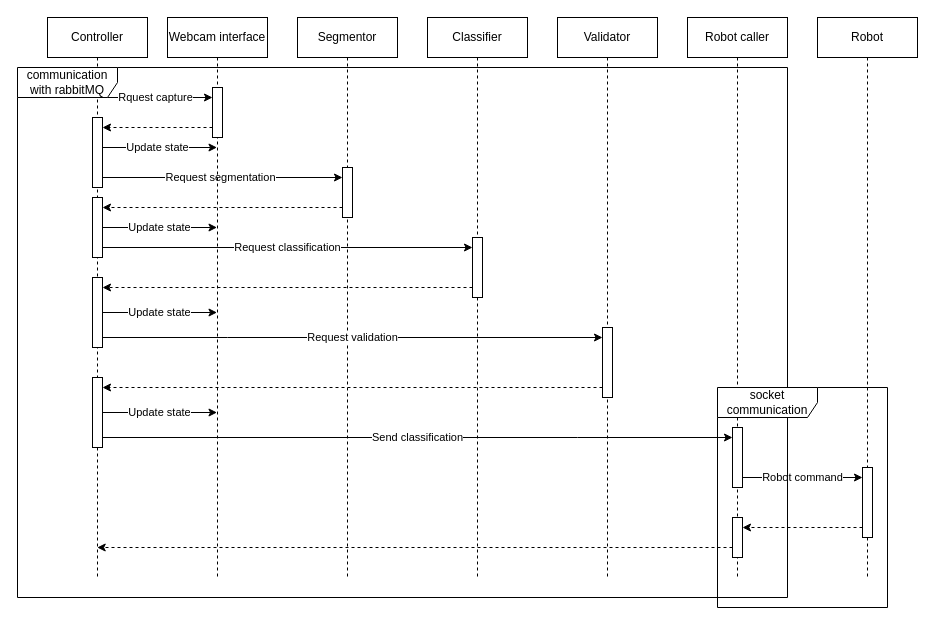
GreatSharky/CoHSCI keeps this draw.io diagram as work_flow_sequence.drawio. Above is the earlier version. Source tidied: cells renumbered, new cells numbered last; positions are measured from the earlier drawing's top-left corner, leaving out a move shared by most shapes. Both pictures are drawn from the tidied source at 100%, with x=0, y=0 at pixel (17, 17).
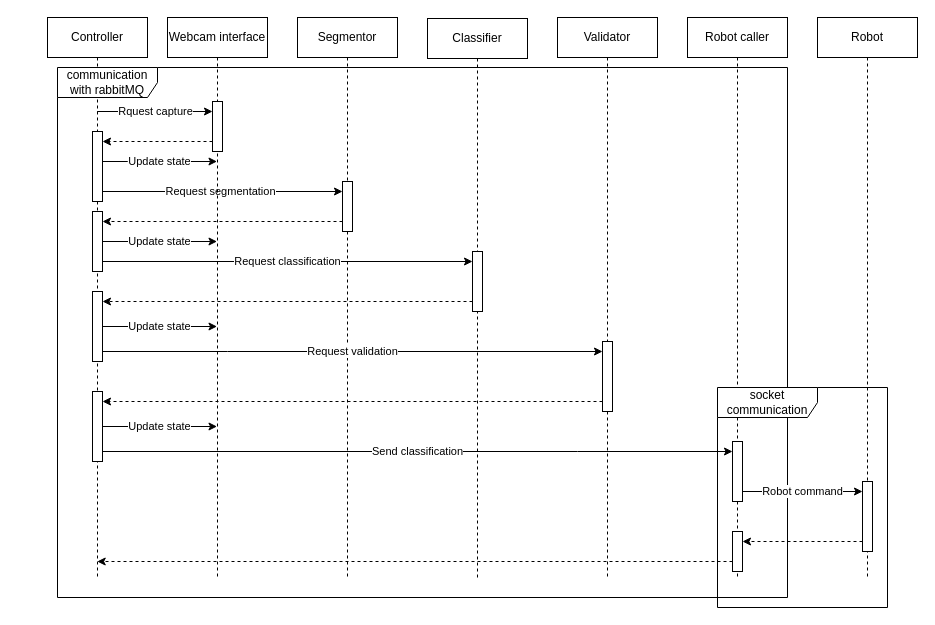
After the change.

The change refers to these unchanged cells:
```xml
<mxCell id="5" value="Controller" style="shape=umlLifeline;perimeter=lifelinePerimeter;whiteSpace=wrap;html=1;newEdgeStyle={&quot;curved&quot;:0,&quot;rounded&quot;:0};" parent="1" vertex="1">
  <mxGeometry x="30" width="100" height="560" as="geometry" />
</mxCell>
<mxCell id="10" value="Webcam interface" style="shape=umlLifeline;perimeter=lifelinePerimeter;whiteSpace=wrap;html=1;newEdgeStyle={&quot;curved&quot;:0,&quot;rounded&quot;:0};" parent="1" vertex="1">
  <mxGeometry x="150" width="100" height="560" as="geometry" />
</mxCell>
<mxCell id="12" value="Segmentor" style="shape=umlLifeline;perimeter=lifelinePerimeter;whiteSpace=wrap;html=1;newEdgeStyle={&quot;curved&quot;:0,&quot;rounded&quot;:0};" parent="1" vertex="1">
  <mxGeometry x="280" width="100" height="560" as="geometry" />
</mxCell>
<mxCell id="16" value="Validator" style="shape=umlLifeline;perimeter=lifelinePerimeter;whiteSpace=wrap;html=1;newEdgeStyle={&quot;curved&quot;:0,&quot;rounded&quot;:0};" parent="1" vertex="1">
  <mxGeometry x="540" width="100" height="560" as="geometry" />
</mxCell>
<mxCell id="18" value="Robot caller" style="shape=umlLifeline;perimeter=lifelinePerimeter;whiteSpace=wrap;html=1;newEdgeStyle={&quot;curved&quot;:0,&quot;rounded&quot;:0};" parent="1" vertex="1">
  <mxGeometry x="670" width="100" height="560" as="geometry" />
</mxCell>
<mxCell id="21" value="Robot" style="shape=umlLifeline;perimeter=lifelinePerimeter;whiteSpace=wrap;html=1;newEdgeStyle={&quot;curved&quot;:0,&quot;rounded&quot;:0};" parent="1" vertex="1">
  <mxGeometry x="800" width="100" height="560" as="geometry" />
</mxCell>
```

Diff of the diagram source:
```diff
@@
-    <mxCell id="2" value="Rquest capture" style="edgeStyle=orthogonalEdgeStyle;rounded=0;jettySize=auto;html=1;curved=0;" parent="1" edge="1" target="11">
-      <mxGeometry relative="1" as="geometry">
-        <mxPoint x="79.7" y="80" as="sourcePoint" />
-        <Array as="points">
-          <mxPoint x="150" y="80" />
-          <mxPoint x="150" y="80" />
-        </Array>
-      </mxGeometry>
-    </mxCell>
-    <mxCell id="3" value="Update state" style="edgeStyle=orthogonalEdgeStyle;rounded=0;orthogonalLoop=1;jettySize=auto;html=1;curved=0;" parent="1" edge="1">
-      <mxGeometry relative="1" as="geometry">
-        <mxPoint x="79.7" y="130" as="sourcePoint" />
-        <mxPoint x="199.5" y="130" as="targetPoint" />
-        <Array as="points">
-          <mxPoint x="140" y="130" />
-          <mxPoint x="140" y="130" />
-        </Array>
-      </mxGeometry>
-    </mxCell>
-    <mxCell id="4" value="Request segmentation" style="edgeStyle=orthogonalEdgeStyle;rounded=0;jettySize=auto;html=1;curved=0;exitX=1;exitY=1;exitDx=0;exitDy=-5;exitPerimeter=0;" parent="1" edge="1" source="6" target="13">
-      <mxGeometry relative="1" as="geometry">
-        <Array as="points">
-          <mxPoint x="85" y="160" />
-        </Array>
-      </mxGeometry>
-    </mxCell>
@@
     <mxCell id="6" style="html=1;points=[[0,0,0,0,5],[0,1,0,0,-5],[1,0,0,0,5],[1,1,0,0,-5]];perimeter=orthogonalPerimeter;outlineConnect=0;targetShapes=umlLifeline;portConstraint=eastwest;newEdgeStyle={&quot;curved&quot;:0,&quot;rounded&quot;:0};" parent="5" vertex="1">
-      <mxGeometry x="45" y="100" width="10" height="70" as="geometry" />
+      <mxGeometry x="45" y="114" width="10" height="70" as="geometry" />
     </mxCell>
     <mxCell id="7" style="html=1;points=[[0,0,0,0,5],[0,1,0,0,-5],[1,0,0,0,5],[1,1,0,0,-5]];perimeter=orthogonalPerimeter;outlineConnect=0;targetShapes=umlLifeline;portConstraint=eastwest;newEdgeStyle={&quot;curved&quot;:0,&quot;rounded&quot;:0};" parent="5" vertex="1">
-      <mxGeometry x="45" y="180" width="10" height="60" as="geometry" />
+      <mxGeometry x="45" y="194" width="10" height="60" as="geometry" />
     </mxCell>
     <mxCell id="8" style="html=1;points=[[0,0,0,0,5],[0,1,0,0,-5],[1,0,0,0,5],[1,1,0,0,-5]];perimeter=orthogonalPerimeter;outlineConnect=0;targetShapes=umlLifeline;portConstraint=eastwest;newEdgeStyle={&quot;curved&quot;:0,&quot;rounded&quot;:0};" parent="5" vertex="1">
-      <mxGeometry x="45" y="260" width="10" height="70" as="geometry" />
+      <mxGeometry x="45" y="274" width="10" height="70" as="geometry" />
     </mxCell>
     <mxCell id="9" style="html=1;points=[[0,0,0,0,5],[0,1,0,0,-5],[1,0,0,0,5],[1,1,0,0,-5]];perimeter=orthogonalPerimeter;outlineConnect=0;targetShapes=umlLifeline;portConstraint=eastwest;newEdgeStyle={&quot;curved&quot;:0,&quot;rounded&quot;:0};" parent="5" vertex="1">
-      <mxGeometry x="45" y="360" width="10" height="70" as="geometry" />
+      <mxGeometry x="45" y="374" width="10" height="70" as="geometry" />
     </mxCell>
+    <mxCell id="36" value="communication with rabbitMQ" style="shape=umlFrame;whiteSpace=wrap;html=1;width=100;height=30;" parent="1" vertex="1">
+      <mxGeometry x="40" y="50" width="730" height="530" as="geometry" />
+    </mxCell>
+    <mxCell id="2" value="Rquest capture" style="edgeStyle=orthogonalEdgeStyle;rounded=0;jettySize=auto;html=1;curved=0;" parent="1" edge="1" target="11">
+      <mxGeometry relative="1" as="geometry">
+        <mxPoint x="79.7" y="94" as="sourcePoint" />
+        <Array as="points">
+          <mxPoint x="150" y="94" />
+          <mxPoint x="150" y="94" />
+        </Array>
+      </mxGeometry>
+    </mxCell>
+    <mxCell id="3" value="Update state" style="edgeStyle=orthogonalEdgeStyle;rounded=0;jettySize=auto;html=1;curved=0;" parent="1" edge="1" source="6">
+      <mxGeometry relative="1" as="geometry">
+        <mxPoint x="199.5" y="144" as="targetPoint" />
+        <Array as="points">
+          <mxPoint x="110" y="144" />
+          <mxPoint x="110" y="144" />
+        </Array>
+      </mxGeometry>
+    </mxCell>
+    <mxCell id="4" value="Request segmentation" style="edgeStyle=orthogonalEdgeStyle;rounded=0;jettySize=auto;html=1;curved=0;exitX=1;exitY=1;exitDx=0;exitDy=-5;exitPerimeter=0;" parent="1" edge="1" source="6" target="13">
+      <mxGeometry relative="1" as="geometry">
+        <Array as="points">
+          <mxPoint x="85" y="174" />
+        </Array>
+      </mxGeometry>
+    </mxCell>
@@
     <mxCell id="11" style="html=1;points=[[0,0,0,0,5],[0,1,0,0,-5],[1,0,0,0,5],[1,1,0,0,-5]];perimeter=orthogonalPerimeter;outlineConnect=0;targetShapes=umlLifeline;portConstraint=eastwest;newEdgeStyle={&quot;curved&quot;:0,&quot;rounded&quot;:0};" parent="10" vertex="1">
-      <mxGeometry x="45" y="70" width="10" height="50" as="geometry" />
+      <mxGeometry x="45" y="84" width="10" height="50" as="geometry" />
     </mxCell>
@@
     <mxCell id="13" style="html=1;points=[[0,0,0,0,5],[0,1,0,0,-5],[1,0,0,0,5],[1,1,0,0,-5]];perimeter=orthogonalPerimeter;outlineConnect=0;targetShapes=umlLifeline;portConstraint=eastwest;newEdgeStyle={&quot;curved&quot;:0,&quot;rounded&quot;:0};" parent="12" vertex="1">
-      <mxGeometry x="45" y="150" width="10" height="50" as="geometry" />
+      <mxGeometry x="45" y="164" width="10" height="50" as="geometry" />
     </mxCell>
     <mxCell id="14" value="Classifier" style="shape=umlLifeline;perimeter=lifelinePerimeter;whiteSpace=wrap;html=1;newEdgeStyle={&quot;curved&quot;:0,&quot;rounded&quot;:0};" parent="1" vertex="1">
-      <mxGeometry x="410" width="100" height="560" as="geometry" />
+      <mxGeometry x="410" y="1" width="100" height="560" as="geometry" />
     </mxCell>
     <mxCell id="15" style="html=1;points=[[0,0,0,0,5],[0,1,0,0,-5],[1,0,0,0,5],[1,1,0,0,-5]];perimeter=orthogonalPerimeter;outlineConnect=0;targetShapes=umlLifeline;portConstraint=eastwest;newEdgeStyle={&quot;curved&quot;:0,&quot;rounded&quot;:0};" parent="14" vertex="1">
-      <mxGeometry x="45" y="220" width="10" height="60" as="geometry" />
+      <mxGeometry x="45" y="233" width="10" height="60" as="geometry" />
     </mxCell>
@@
     <mxCell id="17" style="html=1;points=[[0,0,0,0,5],[0,1,0,0,-5],[1,0,0,0,5],[1,1,0,0,-5]];perimeter=orthogonalPerimeter;outlineConnect=0;targetShapes=umlLifeline;portConstraint=eastwest;newEdgeStyle={&quot;curved&quot;:0,&quot;rounded&quot;:0};" parent="16" vertex="1">
-      <mxGeometry x="45" y="310" width="10" height="70" as="geometry" />
+      <mxGeometry x="45" y="324" width="10" height="70" as="geometry" />
     </mxCell>
@@
     <mxCell id="19" style="html=1;points=[[0,0,0,0,5],[0,1,0,0,-5],[1,0,0,0,5],[1,1,0,0,-5]];perimeter=orthogonalPerimeter;outlineConnect=0;targetShapes=umlLifeline;portConstraint=eastwest;newEdgeStyle={&quot;curved&quot;:0,&quot;rounded&quot;:0};" parent="18" vertex="1">
-      <mxGeometry x="45" y="410" width="10" height="60" as="geometry" />
+      <mxGeometry x="45" y="424" width="10" height="60" as="geometry" />
     </mxCell>
     <mxCell id="20" style="html=1;points=[[0,0,0,0,5],[0,1,0,0,-5],[1,0,0,0,5],[1,1,0,0,-5]];perimeter=orthogonalPerimeter;outlineConnect=0;targetShapes=umlLifeline;portConstraint=eastwest;newEdgeStyle={&quot;curved&quot;:0,&quot;rounded&quot;:0};" parent="18" vertex="1">
-      <mxGeometry x="45" y="500" width="10" height="40" as="geometry" />
+      <mxGeometry x="45" y="514" width="10" height="40" as="geometry" />
     </mxCell>
@@
     <mxCell id="22" style="html=1;points=[[0,0,0,0,5],[0,1,0,0,-5],[1,0,0,0,5],[1,1,0,0,-5]];perimeter=orthogonalPerimeter;outlineConnect=0;targetShapes=umlLifeline;portConstraint=eastwest;newEdgeStyle={&quot;curved&quot;:0,&quot;rounded&quot;:0};" parent="21" vertex="1">
-      <mxGeometry x="45" y="450" width="10" height="70" as="geometry" />
+      <mxGeometry x="45" y="464" width="10" height="70" as="geometry" />
     </mxCell>
     <mxCell id="23" style="edgeStyle=orthogonalEdgeStyle;rounded=0;jettySize=auto;html=1;curved=0;dashed=1;" parent="1" edge="1" source="11" target="6">
       <mxGeometry relative="1" as="geometry">
         <Array as="points">
-          <mxPoint x="160" y="110" />
-          <mxPoint x="160" y="110" />
+          <mxPoint x="160" y="124" />
+          <mxPoint x="160" y="124" />
         </Array>
       </mxGeometry>
     </mxCell>
     <mxCell id="24" style="edgeStyle=orthogonalEdgeStyle;rounded=0;jettySize=auto;html=1;curved=0;dashed=1;" parent="1" edge="1" source="13" target="7">
       <mxGeometry relative="1" as="geometry">
         <Array as="points">
-          <mxPoint x="150" y="190" />
-          <mxPoint x="150" y="190" />
+          <mxPoint x="150" y="204" />
+          <mxPoint x="150" y="204" />
         </Array>
       </mxGeometry>
     </mxCell>
     <mxCell id="25" value="Update state" style="edgeStyle=orthogonalEdgeStyle;rounded=0;jettySize=auto;html=1;curved=0;" parent="1" edge="1" source="7">
       <mxGeometry relative="1" as="geometry">
-        <mxPoint x="199.5" y="210" as="targetPoint" />
+        <mxPoint x="199.5" y="224" as="targetPoint" />
         <Array as="points">
-          <mxPoint x="140" y="210" />
-          <mxPoint x="140" y="210" />
+          <mxPoint x="140" y="224" />
+          <mxPoint x="140" y="224" />
         </Array>
       </mxGeometry>
     </mxCell>
     <mxCell id="26" value="Request classification" style="edgeStyle=orthogonalEdgeStyle;rounded=0;jettySize=auto;html=1;curved=0;" parent="1" edge="1" source="7" target="15">
       <mxGeometry relative="1" as="geometry">
         <Array as="points">
-          <mxPoint x="270" y="230" />
-          <mxPoint x="270" y="230" />
+          <mxPoint x="270" y="244" />
+          <mxPoint x="270" y="244" />
         </Array>
       </mxGeometry>
     </mxCell>
     <mxCell id="27" style="edgeStyle=orthogonalEdgeStyle;rounded=0;jettySize=auto;html=1;curved=0;dashed=1;" parent="1" edge="1" source="15" target="8">
       <mxGeometry relative="1" as="geometry">
         <Array as="points">
-          <mxPoint x="180" y="270" />
-          <mxPoint x="180" y="270" />
+          <mxPoint x="180" y="284" />
+          <mxPoint x="180" y="284" />
         </Array>
       </mxGeometry>
     </mxCell>
     <mxCell id="28" value="Request validation" style="edgeStyle=orthogonalEdgeStyle;rounded=0;jettySize=auto;html=1;curved=0;" parent="1" edge="1" source="8" target="17">
       <mxGeometry relative="1" as="geometry">
         <Array as="points">
-          <mxPoint x="210" y="320" />
-          <mxPoint x="210" y="320" />
+          <mxPoint x="210" y="334" />
+          <mxPoint x="210" y="334" />
         </Array>
       </mxGeometry>
     </mxCell>
     <mxCell id="29" value="Update state" style="edgeStyle=orthogonalEdgeStyle;rounded=0;jettySize=auto;html=1;curved=0;" parent="1" edge="1" source="8">
       <mxGeometry relative="1" as="geometry">
-        <mxPoint x="199.5" y="295" as="targetPoint" />
+        <mxPoint x="199.5" y="309" as="targetPoint" />
         <Array as="points">
-          <mxPoint x="160" y="295" />
-          <mxPoint x="160" y="295" />
+          <mxPoint x="160" y="309" />
+          <mxPoint x="160" y="309" />
         </Array>
       </mxGeometry>
     </mxCell>
     <mxCell id="30" style="edgeStyle=orthogonalEdgeStyle;rounded=0;jettySize=auto;html=1;curved=0;dashed=1;" parent="1" edge="1" source="17" target="9">
       <mxGeometry relative="1" as="geometry">
         <Array as="points">
-          <mxPoint x="210" y="370" />
-          <mxPoint x="210" y="370" />
+          <mxPoint x="210" y="384" />
+          <mxPoint x="210" y="384" />
         </Array>
       </mxGeometry>
     </mxCell>
     <mxCell id="31" value="Update state" style="edgeStyle=orthogonalEdgeStyle;rounded=0;jettySize=auto;html=1;curved=0;" parent="1" edge="1" source="9">
       <mxGeometry relative="1" as="geometry">
-        <mxPoint x="199.5" y="395" as="targetPoint" />
+        <mxPoint x="199.5" y="409" as="targetPoint" />
         <Array as="points">
-          <mxPoint x="150" y="395" />
-          <mxPoint x="150" y="395" />
+          <mxPoint x="150" y="409" />
+          <mxPoint x="150" y="409" />
         </Array>
       </mxGeometry>
     </mxCell>
     <mxCell id="32" value="Send classification" style="edgeStyle=orthogonalEdgeStyle;rounded=0;jettySize=auto;html=1;curved=0;" parent="1" edge="1" source="9" target="19">
       <mxGeometry relative="1" as="geometry">
         <Array as="points">
-          <mxPoint x="560" y="420" />
-          <mxPoint x="560" y="420" />
+          <mxPoint x="560" y="434" />
+          <mxPoint x="560" y="434" />
         </Array>
       </mxGeometry>
     </mxCell>
     <mxCell id="33" value="Robot command" style="edgeStyle=orthogonalEdgeStyle;rounded=0;jettySize=auto;html=1;curved=0;" parent="1" edge="1" source="19" target="22">
       <mxGeometry relative="1" as="geometry">
         <Array as="points">
-          <mxPoint x="750" y="460" />
-          <mxPoint x="750" y="460" />
+          <mxPoint x="750" y="474" />
+          <mxPoint x="750" y="474" />
         </Array>
       </mxGeometry>
     </mxCell>
     <mxCell id="34" style="edgeStyle=orthogonalEdgeStyle;rounded=0;jettySize=auto;html=1;curved=0;dashed=1;" parent="1" edge="1" source="22" target="20">
       <mxGeometry relative="1" as="geometry">
         <Array as="points">
-          <mxPoint x="750" y="510" />
-          <mxPoint x="750" y="510" />
+          <mxPoint x="750" y="524" />
+          <mxPoint x="750" y="524" />
         </Array>
       </mxGeometry>
     </mxCell>
     <mxCell id="35" style="edgeStyle=orthogonalEdgeStyle;rounded=0;jettySize=auto;html=1;curved=0;dashed=1;" parent="1" edge="1" source="20">
       <mxGeometry relative="1" as="geometry">
-        <mxPoint x="79.7" y="530" as="targetPoint" />
+        <mxPoint x="79.7" y="544" as="targetPoint" />
         <Array as="points">
-          <mxPoint x="410" y="530" />
-          <mxPoint x="410" y="530" />
+          <mxPoint x="410" y="544" />
+          <mxPoint x="410" y="544" />
         </Array>
       </mxGeometry>
     </mxCell>
-    <mxCell id="36" value="communication with rabbitMQ" style="shape=umlFrame;whiteSpace=wrap;html=1;width=100;height=30;" parent="1" vertex="1">
-      <mxGeometry y="50" width="770" height="530" as="geometry" />
-    </mxCell>
```
